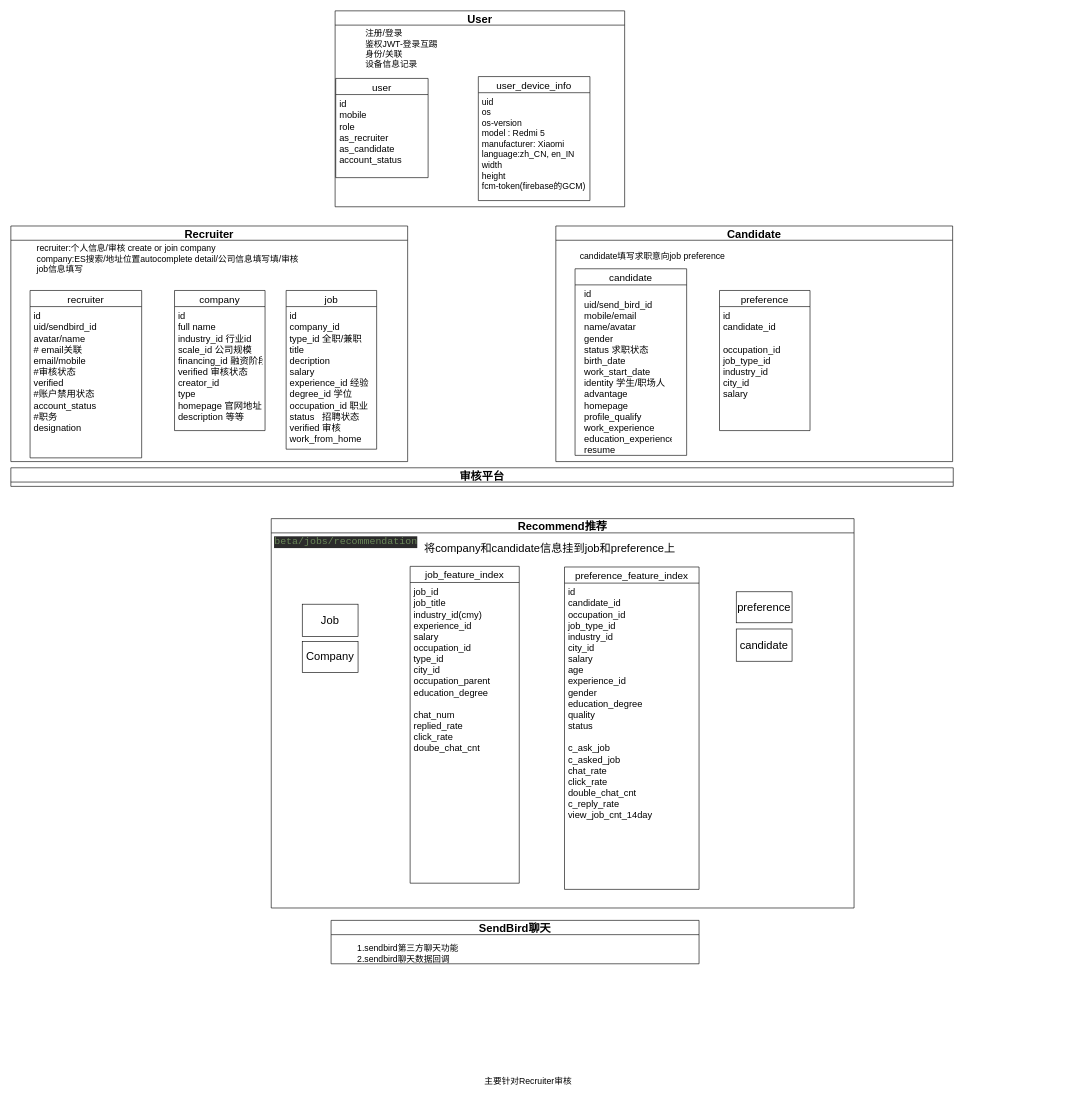
ZhaoDaMing/note keeps this draw.io diagram as hirect业务架构.drawio. Above is the earlier version. Source tidied: cells renumbered, new cells numbered last; positions are measured from the earlier drawing's top-left corner, leaving out a move shared by most shapes. Both pictures are drawn from the tidied source at 62%, with x=0, y=0 at pixel (11, 11).
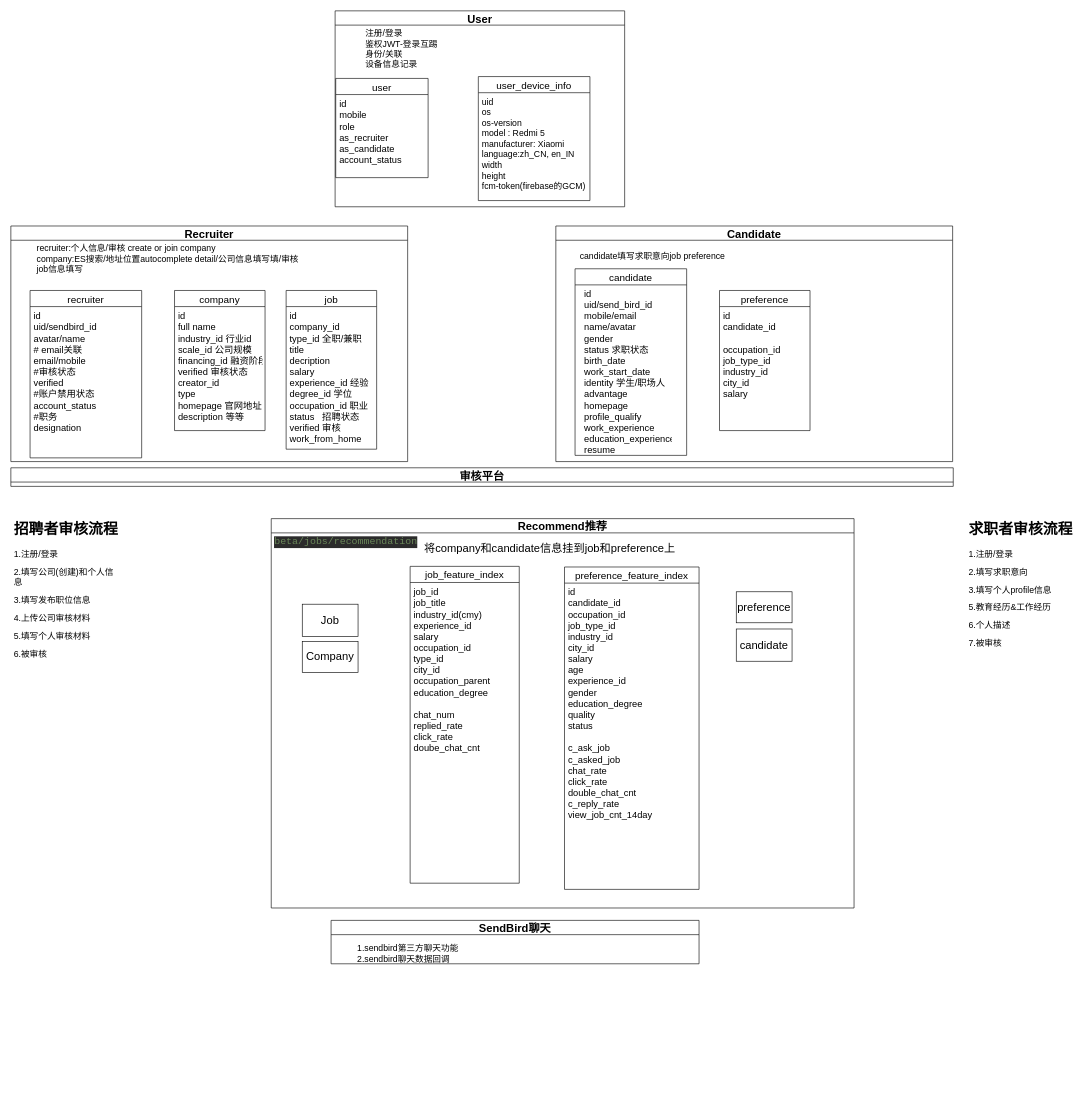
Above is the later version.

Change to the diagram source:
```diff
@@
-    <mxCell id="22" value="主要针对Recruiter审核" style="text;html=1;align=center;verticalAlign=middle;strokeColor=none;fillColor=none;fontSize=14;" parent="1" vertex="1">
-      <mxGeometry x="754" y="1717" width="160" height="20" as="geometry" />
-    </mxCell>
@@
+    <mxCell id="37" value="&lt;h1&gt;招聘者审核流程&lt;/h1&gt;&lt;p&gt;&lt;font style=&quot;font-size: 14px&quot;&gt;1.注册/登录&lt;/font&gt;&lt;/p&gt;&lt;p&gt;&lt;font style=&quot;font-size: 14px&quot;&gt;2.填写公司(创建)和个人信息&lt;/font&gt;&lt;/p&gt;&lt;p&gt;&lt;font style=&quot;font-size: 14px&quot;&gt;3.填写发布职位信息&lt;/font&gt;&lt;/p&gt;&lt;p&gt;&lt;font style=&quot;font-size: 14px&quot;&gt;4.上传公司审核材料&lt;/font&gt;&lt;/p&gt;&lt;p&gt;&lt;font style=&quot;font-size: 14px&quot;&gt;5.填写个人审核材料&lt;/font&gt;&lt;/p&gt;&lt;p&gt;&lt;font style=&quot;font-size: 14px&quot;&gt;6.被审核&lt;/font&gt;&lt;/p&gt;" style="text;html=1;strokeColor=none;fillColor=none;spacing=5;spacingTop=-20;whiteSpace=wrap;overflow=hidden;rounded=0;" parent="1" vertex="1">
+      <mxGeometry y="817" width="180" height="240" as="geometry" />
+    </mxCell>
+    <mxCell id="38" value="&lt;h1&gt;求职者审核流程&lt;/h1&gt;&lt;p&gt;&lt;font style=&quot;font-size: 14px&quot;&gt;1.注册/登录&lt;/font&gt;&lt;/p&gt;&lt;p&gt;&lt;font style=&quot;font-size: 14px&quot;&gt;2.填写求职意向&lt;/font&gt;&lt;/p&gt;&lt;p&gt;&lt;font style=&quot;font-size: 14px&quot;&gt;3.填写个人profile信息&lt;/font&gt;&lt;/p&gt;&lt;p&gt;&lt;font style=&quot;font-size: 14px&quot;&gt;5.教育经历&amp;amp;工作经历&lt;/font&gt;&lt;/p&gt;&lt;p&gt;&lt;font style=&quot;font-size: 14px&quot;&gt;6.个人描述&lt;/font&gt;&lt;/p&gt;&lt;p&gt;&lt;font style=&quot;font-size: 14px&quot;&gt;7.被审核&lt;/font&gt;&lt;/p&gt;" style="text;html=1;strokeColor=none;fillColor=none;spacing=5;spacingTop=-20;whiteSpace=wrap;overflow=hidden;rounded=0;" parent="1" vertex="1">
+      <mxGeometry x="1540" y="817" width="180" height="250" as="geometry" />
+    </mxCell>
```
